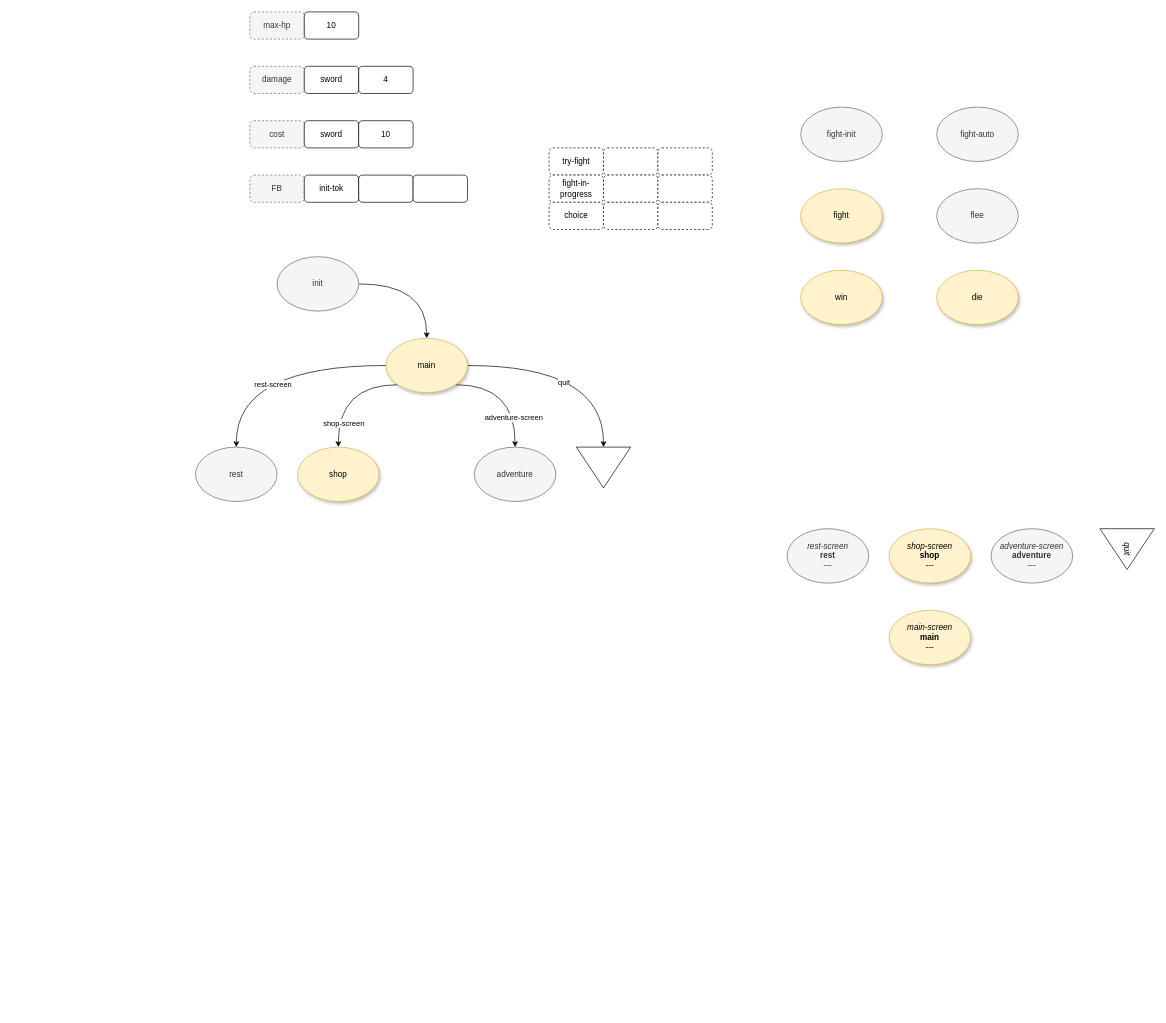
guitarvydas/ceptre keeps this draw.io diagram as page "Page-1" (1 of 13) of dw/dc.drawio. Above is the earlier version. Source tidied: cells renumbered, new cells numbered last; positions are measured from the earlier drawing's top-left corner, leaving out a move shared by most shapes. Both pictures are drawn from the tidied source at 68%, with x=0, y=0 at pixel (195, 12).
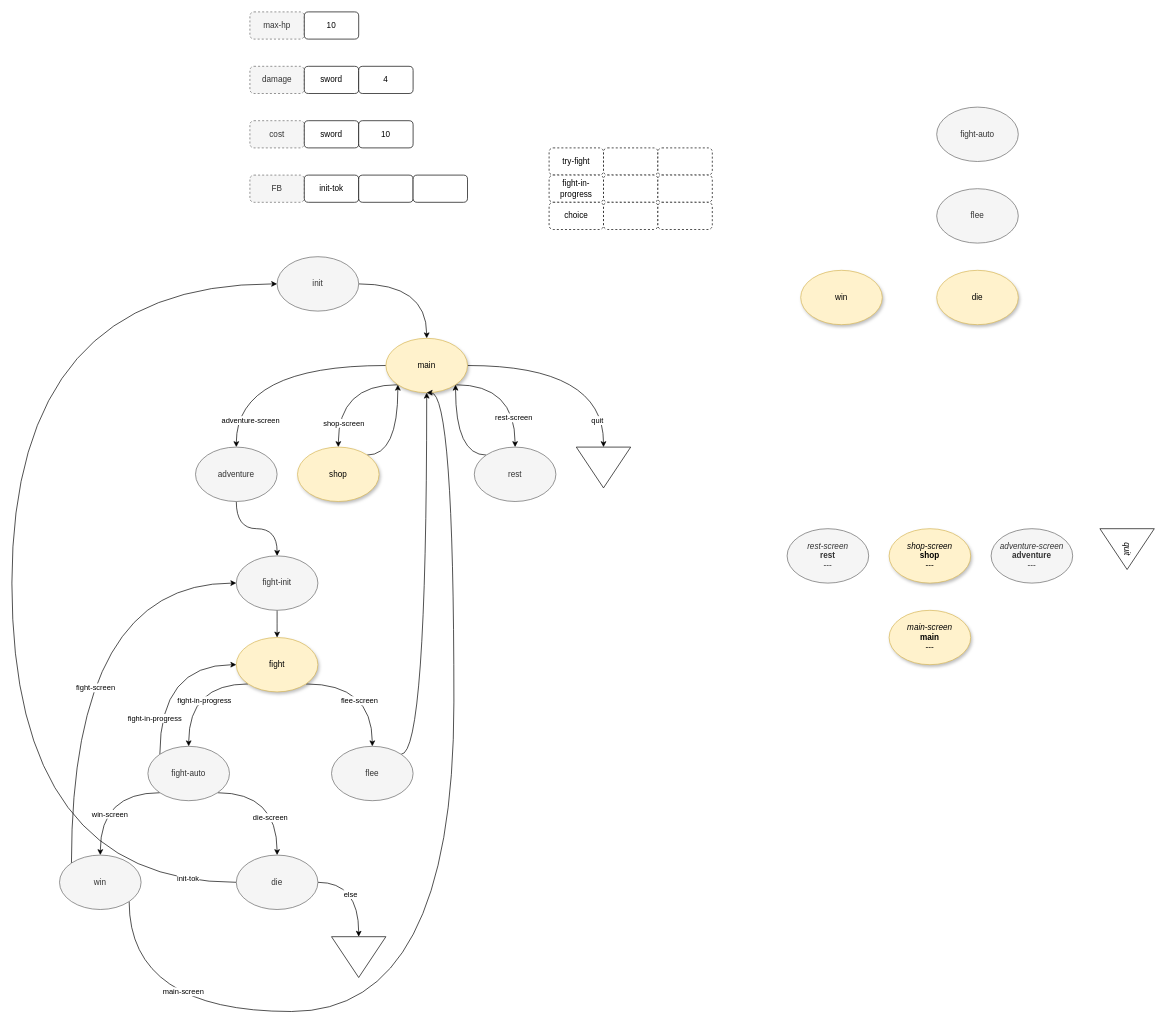
The same diagram, later.

Unchanged cells that the change refers to:
```xml
<mxCell id="15" value="init" style="ellipse;whiteSpace=wrap;html=1;fillColor=#f5f5f5;fontColor=#333333;strokeColor=#666666;" parent="1" vertex="1">
  <mxGeometry x="120" y="360" width="120" height="80" as="geometry" />
</mxCell>
<mxCell id="16" style="edgeStyle=orthogonalEdgeStyle;jettySize=auto;html=1;exitX=0;exitY=0.5;exitDx=0;exitDy=0;entryX=0.5;entryY=0;entryDx=0;entryDy=0;curved=1;" parent="1" edge="1" source="24" target="34">
  <mxGeometry relative="1" as="geometry" />
</mxCell>
<mxCell id="18" style="edgeStyle=orthogonalEdgeStyle;shape=connector;curved=1;rounded=1;jettySize=auto;html=1;exitX=1;exitY=0.5;exitDx=0;exitDy=0;entryX=0;entryY=0.5;entryDx=0;entryDy=0;labelBackgroundColor=default;strokeColor=default;align=center;verticalAlign=middle;fontFamily=Helvetica;fontSize=11;fontColor=default;endArrow=classic;" parent="1" edge="1" source="24" target="43">
  <mxGeometry relative="1" as="geometry" />
</mxCell>
<mxCell id="22" style="edgeStyle=orthogonalEdgeStyle;shape=connector;curved=1;rounded=1;jettySize=auto;html=1;exitX=1;exitY=1;exitDx=0;exitDy=0;entryX=0.5;entryY=0;entryDx=0;entryDy=0;labelBackgroundColor=default;strokeColor=default;align=center;verticalAlign=middle;fontFamily=Helvetica;fontSize=11;fontColor=default;endArrow=classic;" parent="1" edge="1" source="24" target="36">
  <mxGeometry relative="1" as="geometry" />
</mxCell>
<mxCell id="24" value="main" style="ellipse;whiteSpace=wrap;html=1;shadow=1;fillColor=#fff2cc;strokeColor=#d6b656;" parent="1" vertex="1">
  <mxGeometry x="280" y="480" width="120" height="80" as="geometry" />
</mxCell>
<mxCell id="35" value="shop" style="ellipse;whiteSpace=wrap;html=1;shadow=1;fillColor=#fff2cc;strokeColor=#d6b656;" parent="1" vertex="1">
  <mxGeometry x="150" y="640" width="120" height="80" as="geometry" />
</mxCell>
```

The edit, as a diff of the source:
```diff
@@
-    <mxCell id="17" value="rest-screen" style="edgeLabel;html=1;align=center;verticalAlign=middle;fontSize=11;fontFamily=Helvetica;fontColor=default;" parent="16" vertex="1">
-      <mxGeometry x="-0.02" y="27" relative="1" as="geometry" />
+    <mxCell id="17" value="adventure-screen" style="edgeLabel;html=1;align=center;verticalAlign=middle;fontSize=11;fontFamily=Helvetica;fontColor=default;" parent="16" vertex="1">
+      <mxGeometry x="-0.02" y="27" relative="1" as="geometry">
+        <mxPoint x="-33" y="53" as="offset" />
+      </mxGeometry>
     </mxCell>
@@
     <mxCell id="19" value="quit" style="edgeLabel;html=1;align=center;verticalAlign=middle;fontSize=11;fontFamily=Helvetica;fontColor=default;" parent="18" vertex="1">
-      <mxGeometry x="-0.12" y="-24" relative="1" as="geometry" />
+      <mxGeometry x="-0.12" y="-24" relative="1" as="geometry">
+        <mxPoint x="49" y="56" as="offset" />
+      </mxGeometry>
     </mxCell>
@@
-    <mxCell id="23" value="adventure-screen" style="edgeLabel;html=1;align=center;verticalAlign=middle;fontSize=11;fontFamily=Helvetica;fontColor=default;" parent="22" vertex="1">
+    <mxCell id="23" value="rest-screen" style="edgeLabel;html=1;align=center;verticalAlign=middle;fontSize=11;fontFamily=Helvetica;fontColor=default;" parent="22" vertex="1">
       <mxGeometry x="0.52" y="-3" relative="1" as="geometry" />
     </mxCell>
@@
+    <mxCell id="49" style="edgeStyle=orthogonalEdgeStyle;shape=connector;curved=1;rounded=1;jettySize=auto;html=1;exitX=0.5;exitY=1;exitDx=0;exitDy=0;entryX=0.5;entryY=0;entryDx=0;entryDy=0;labelBackgroundColor=default;strokeColor=default;align=center;verticalAlign=middle;fontFamily=Helvetica;fontSize=11;fontColor=default;endArrow=classic;" parent="1" edge="1" source="34" target="37">
+      <mxGeometry relative="1" as="geometry" />
+    </mxCell>
-    <mxCell id="34" value="rest" style="ellipse;whiteSpace=wrap;html=1;fillColor=#f5f5f5;fontColor=#333333;strokeColor=#666666;" parent="1" vertex="1">
+    <mxCell id="34" value="adventure" style="ellipse;whiteSpace=wrap;html=1;fillColor=#f5f5f5;fontColor=#333333;strokeColor=#666666;" parent="1" vertex="1">
       <mxGeometry y="640" width="120" height="80" as="geometry" />
     </mxCell>
+    <mxCell id="50" style="edgeStyle=orthogonalEdgeStyle;shape=connector;curved=1;rounded=1;jettySize=auto;html=1;exitX=1;exitY=0;exitDx=0;exitDy=0;entryX=0;entryY=1;entryDx=0;entryDy=0;labelBackgroundColor=default;strokeColor=default;align=center;verticalAlign=middle;fontFamily=Helvetica;fontSize=11;fontColor=default;endArrow=classic;" parent="1" edge="1" source="35" target="24">
+      <mxGeometry relative="1" as="geometry" />
+    </mxCell>
@@
+    <mxCell id="51" style="edgeStyle=orthogonalEdgeStyle;shape=connector;curved=1;rounded=1;jettySize=auto;html=1;exitX=0;exitY=0;exitDx=0;exitDy=0;entryX=1;entryY=1;entryDx=0;entryDy=0;labelBackgroundColor=default;strokeColor=default;align=center;verticalAlign=middle;fontFamily=Helvetica;fontSize=11;fontColor=default;endArrow=classic;" parent="1" edge="1" source="36" target="24">
+      <mxGeometry relative="1" as="geometry" />
+    </mxCell>
-    <mxCell id="36" value="adventure" style="ellipse;whiteSpace=wrap;html=1;fillColor=#f5f5f5;fontColor=#333333;strokeColor=#666666;" parent="1" vertex="1">
+    <mxCell id="36" value="rest" style="ellipse;whiteSpace=wrap;html=1;fillColor=#f5f5f5;fontColor=#333333;strokeColor=#666666;" parent="1" vertex="1">
       <mxGeometry x="410" y="640" width="120" height="80" as="geometry" />
     </mxCell>
+    <mxCell id="52" style="edgeStyle=orthogonalEdgeStyle;shape=connector;curved=1;rounded=1;jettySize=auto;html=1;exitX=0.5;exitY=1;exitDx=0;exitDy=0;entryX=0.5;entryY=0;entryDx=0;entryDy=0;labelBackgroundColor=default;strokeColor=default;align=center;verticalAlign=middle;fontFamily=Helvetica;fontSize=11;fontColor=default;endArrow=classic;" parent="1" edge="1" source="37" target="39">
+      <mxGeometry relative="1" as="geometry" />
+    </mxCell>
     <mxCell id="37" value="fight-init" style="ellipse;whiteSpace=wrap;html=1;fillColor=#f5f5f5;fontColor=#333333;strokeColor=#666666;" parent="1" vertex="1">
-      <mxGeometry x="890" y="140" width="120" height="80" as="geometry" />
+      <mxGeometry x="60" y="800" width="120" height="80" as="geometry" />
     </mxCell>
@@
+    <mxCell id="53" style="edgeStyle=orthogonalEdgeStyle;shape=connector;curved=1;rounded=1;jettySize=auto;html=1;exitX=0;exitY=1;exitDx=0;exitDy=0;entryX=0.5;entryY=0;entryDx=0;entryDy=0;labelBackgroundColor=default;strokeColor=default;align=center;verticalAlign=middle;fontFamily=Helvetica;fontSize=11;fontColor=default;endArrow=classic;" parent="1" edge="1" source="39" target="63">
+      <mxGeometry relative="1" as="geometry" />
+    </mxCell>
+    <mxCell id="54" value="fight-in-progress" style="edgeLabel;html=1;align=center;verticalAlign=middle;fontSize=11;fontFamily=Helvetica;fontColor=default;" parent="53" vertex="1">
+      <mxGeometry x="0.25" y="22" relative="1" as="geometry" />
+    </mxCell>
+    <mxCell id="55" style="edgeStyle=orthogonalEdgeStyle;shape=connector;curved=1;rounded=1;jettySize=auto;html=1;exitX=1;exitY=1;exitDx=0;exitDy=0;entryX=0.5;entryY=0;entryDx=0;entryDy=0;labelBackgroundColor=default;strokeColor=default;align=center;verticalAlign=middle;fontFamily=Helvetica;fontSize=11;fontColor=default;endArrow=classic;" parent="1" edge="1" source="39" target="65">
+      <mxGeometry relative="1" as="geometry" />
+    </mxCell>
+    <mxCell id="56" value="flee-screen" style="edgeLabel;html=1;align=center;verticalAlign=middle;fontSize=11;fontFamily=Helvetica;fontColor=default;" parent="55" vertex="1">
+      <mxGeometry x="0.29" y="-20" relative="1" as="geometry" />
+    </mxCell>
     <mxCell id="39" value="fight" style="ellipse;whiteSpace=wrap;html=1;shadow=1;fillColor=#fff2cc;strokeColor=#d6b656;" parent="1" vertex="1">
-      <mxGeometry x="890" y="260" width="120" height="80" as="geometry" />
+      <mxGeometry x="60" y="920" width="120" height="80" as="geometry" />
     </mxCell>
@@
+    <mxCell id="57" style="edgeStyle=orthogonalEdgeStyle;shape=connector;curved=1;rounded=1;jettySize=auto;html=1;exitX=0;exitY=1;exitDx=0;exitDy=0;entryX=0.5;entryY=0;entryDx=0;entryDy=0;labelBackgroundColor=default;strokeColor=default;align=center;verticalAlign=middle;fontFamily=Helvetica;fontSize=11;fontColor=default;endArrow=classic;" parent="1" edge="1" source="63" target="70">
+      <mxGeometry relative="1" as="geometry" />
+    </mxCell>
+    <mxCell id="58" value="win-screen" style="edgeLabel;html=1;align=center;verticalAlign=middle;fontSize=11;fontFamily=Helvetica;fontColor=default;" parent="57" vertex="1">
+      <mxGeometry x="0.33" y="13" relative="1" as="geometry" />
+    </mxCell>
+    <mxCell id="59" style="edgeStyle=orthogonalEdgeStyle;shape=connector;curved=1;rounded=1;jettySize=auto;html=1;exitX=1;exitY=1;exitDx=0;exitDy=0;entryX=0.5;entryY=0;entryDx=0;entryDy=0;labelBackgroundColor=default;strokeColor=default;align=center;verticalAlign=middle;fontFamily=Helvetica;fontSize=11;fontColor=default;endArrow=classic;" parent="1" edge="1" source="63" target="75">
+      <mxGeometry relative="1" as="geometry" />
+    </mxCell>
+    <mxCell id="60" value="die-screen" style="edgeLabel;html=1;align=center;verticalAlign=middle;fontSize=11;fontFamily=Helvetica;fontColor=default;" parent="59" vertex="1">
+      <mxGeometry x="0.38" y="-11" relative="1" as="geometry" />
+    </mxCell>
+    <mxCell id="61" style="edgeStyle=orthogonalEdgeStyle;shape=connector;curved=1;rounded=1;jettySize=auto;html=1;exitX=0;exitY=0;exitDx=0;exitDy=0;entryX=0;entryY=0.5;entryDx=0;entryDy=0;labelBackgroundColor=default;strokeColor=default;align=center;verticalAlign=middle;fontFamily=Helvetica;fontSize=11;fontColor=default;endArrow=classic;" parent="1" edge="1" source="63" target="39">
+      <mxGeometry relative="1" as="geometry">
+        <Array as="points">
+          <mxPoint x="-52" y="960" />
+        </Array>
+      </mxGeometry>
+    </mxCell>
+    <mxCell id="62" value="fight-in-progress" style="edgeLabel;html=1;align=center;verticalAlign=middle;fontSize=11;fontFamily=Helvetica;fontColor=default;" parent="61" vertex="1">
+      <mxGeometry x="-0.28" y="-22" relative="1" as="geometry">
+        <mxPoint x="-30" y="35" as="offset" />
+      </mxGeometry>
+    </mxCell>
+    <mxCell id="63" value="fight-auto" style="ellipse;whiteSpace=wrap;html=1;fillColor=#f5f5f5;fontColor=#333333;strokeColor=#666666;" parent="1" vertex="1">
+      <mxGeometry x="-70" y="1080" width="120" height="80" as="geometry" />
+    </mxCell>
+    <mxCell id="64" style="edgeStyle=orthogonalEdgeStyle;shape=connector;curved=1;rounded=1;jettySize=auto;html=1;exitX=1;exitY=0;exitDx=0;exitDy=0;entryX=0.5;entryY=1;entryDx=0;entryDy=0;labelBackgroundColor=default;strokeColor=default;align=center;verticalAlign=middle;fontFamily=Helvetica;fontSize=11;fontColor=default;endArrow=classic;" parent="1" edge="1" source="65" target="24">
+      <mxGeometry relative="1" as="geometry">
+        <Array as="points">
+          <mxPoint x="340" y="1092" />
+        </Array>
+      </mxGeometry>
+    </mxCell>
+    <mxCell id="65" value="flee" style="ellipse;whiteSpace=wrap;html=1;fillColor=#f5f5f5;fontColor=#333333;strokeColor=#666666;" parent="1" vertex="1">
+      <mxGeometry x="200" y="1080" width="120" height="80" as="geometry" />
+    </mxCell>
+    <mxCell id="66" style="edgeStyle=orthogonalEdgeStyle;shape=connector;curved=1;rounded=1;jettySize=auto;html=1;exitX=1;exitY=1;exitDx=0;exitDy=0;labelBackgroundColor=default;strokeColor=default;align=center;verticalAlign=middle;fontFamily=Helvetica;fontSize=11;fontColor=default;endArrow=classic;entryX=0.5;entryY=1;entryDx=0;entryDy=0;" parent="1" edge="1" source="70" target="24">
+      <mxGeometry relative="1" as="geometry">
+        <Array as="points">
+          <mxPoint x="-98" y="1470" />
+          <mxPoint x="380" y="1470" />
+          <mxPoint x="380" y="560" />
+        </Array>
+      </mxGeometry>
+    </mxCell>
+    <mxCell id="67" value="main-screen" style="edgeLabel;html=1;align=center;verticalAlign=middle;fontSize=11;fontFamily=Helvetica;fontColor=default;" parent="66" vertex="1">
+      <mxGeometry x="-0.36" y="58" relative="1" as="geometry">
+        <mxPoint x="-268" y="28" as="offset" />
+      </mxGeometry>
+    </mxCell>
+    <mxCell id="68" style="edgeStyle=orthogonalEdgeStyle;shape=connector;curved=1;rounded=1;jettySize=auto;html=1;exitX=0;exitY=0;exitDx=0;exitDy=0;entryX=0;entryY=0.5;entryDx=0;entryDy=0;labelBackgroundColor=default;strokeColor=default;align=center;verticalAlign=middle;fontFamily=Helvetica;fontSize=11;fontColor=default;endArrow=classic;" parent="1" edge="1" source="70" target="37">
+      <mxGeometry relative="1" as="geometry">
+        <Array as="points">
+          <mxPoint x="-182" y="840" />
+        </Array>
+      </mxGeometry>
+    </mxCell>
+    <mxCell id="69" value="fight-screen" style="edgeLabel;html=1;align=center;verticalAlign=middle;fontSize=11;fontFamily=Helvetica;fontColor=default;" parent="68" vertex="1">
+      <mxGeometry x="-0.21" y="-35" relative="1" as="geometry" />
+    </mxCell>
+    <mxCell id="70" value="win" style="ellipse;whiteSpace=wrap;html=1;fillColor=#f5f5f5;fontColor=#333333;strokeColor=#666666;" parent="1" vertex="1">
+      <mxGeometry x="-200" y="1240" width="120" height="80" as="geometry" />
+    </mxCell>
+    <mxCell id="71" style="edgeStyle=orthogonalEdgeStyle;shape=connector;curved=1;rounded=1;jettySize=auto;html=1;exitX=1;exitY=0.5;exitDx=0;exitDy=0;entryX=0;entryY=0.5;entryDx=0;entryDy=0;labelBackgroundColor=default;strokeColor=default;align=center;verticalAlign=middle;fontFamily=Helvetica;fontSize=11;fontColor=default;endArrow=classic;" parent="1" edge="1" source="75" target="76">
+      <mxGeometry relative="1" as="geometry" />
+    </mxCell>
+    <mxCell id="72" value="else" style="edgeLabel;html=1;align=center;verticalAlign=middle;fontSize=11;fontFamily=Helvetica;fontColor=default;" parent="71" vertex="1">
+      <mxGeometry x="0.1" y="-13" relative="1" as="geometry" />
+    </mxCell>
+    <mxCell id="73" style="edgeStyle=orthogonalEdgeStyle;shape=connector;curved=1;rounded=1;jettySize=auto;html=1;exitX=0;exitY=0.5;exitDx=0;exitDy=0;entryX=0;entryY=0.5;entryDx=0;entryDy=0;labelBackgroundColor=default;strokeColor=default;align=center;verticalAlign=middle;fontFamily=Helvetica;fontSize=11;fontColor=default;endArrow=classic;" parent="1" edge="1" source="75" target="15">
+      <mxGeometry relative="1" as="geometry">
+        <Array as="points">
+          <mxPoint x="-270" y="1280" />
+          <mxPoint x="-270" y="400" />
+        </Array>
+      </mxGeometry>
+    </mxCell>
+    <mxCell id="74" value="init-tok" style="edgeLabel;html=1;align=center;verticalAlign=middle;fontSize=11;fontFamily=Helvetica;fontColor=default;" parent="73" vertex="1">
+      <mxGeometry x="-0.91" y="-6" relative="1" as="geometry" />
+    </mxCell>
+    <mxCell id="75" value="die" style="ellipse;whiteSpace=wrap;html=1;fillColor=#f5f5f5;fontColor=#333333;strokeColor=#666666;" parent="1" vertex="1">
+      <mxGeometry x="60" y="1240" width="120" height="80" as="geometry" />
+    </mxCell>
+    <mxCell id="76" style="triangle;whiteSpace=wrap;html=1;rotation=90;" parent="1" vertex="1">
+      <mxGeometry x="210" y="1350" width="60" height="80" as="geometry" />
+    </mxCell>
```
